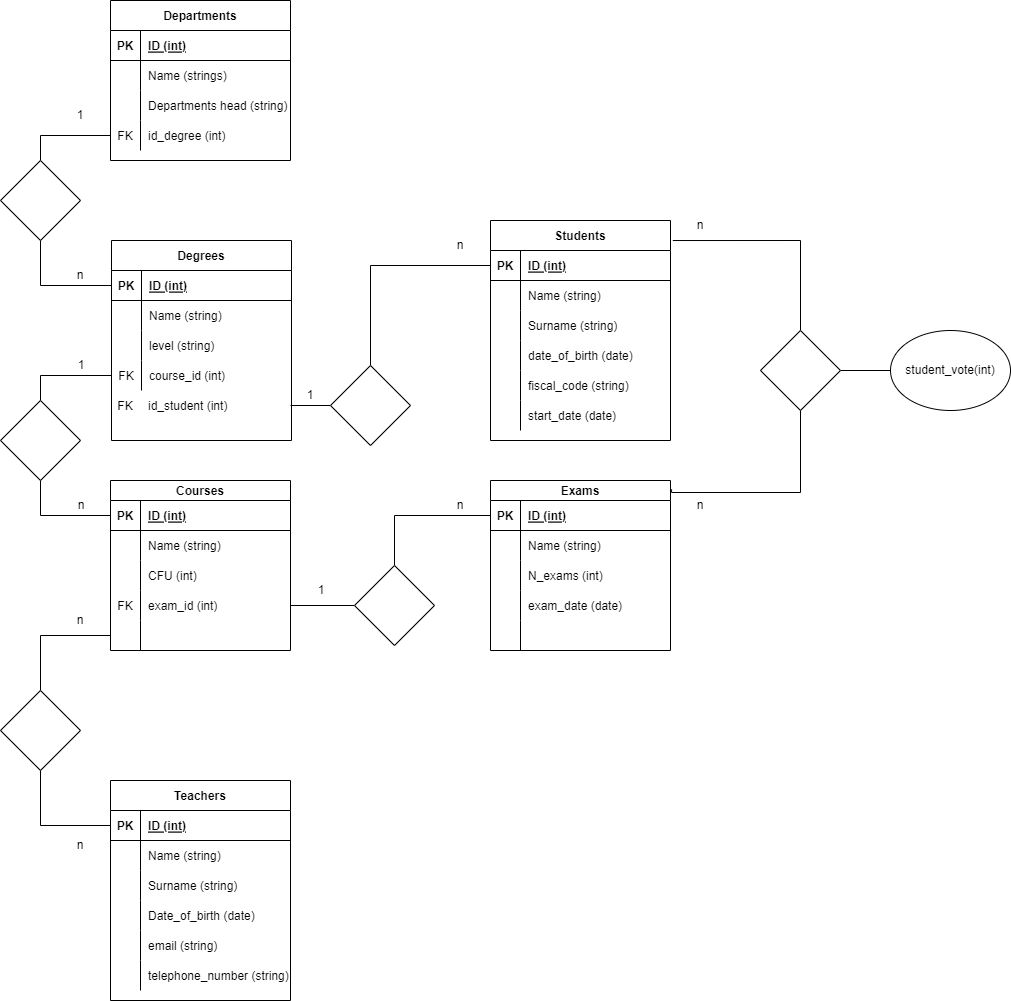
Above: db-university.drawio.png in ErJump/db-university (draw.io), before the change. Source tidied: cells renumbered, new cells last; positions are measured from the earlier drawing's top-left corner, leaving out a move shared by most shapes.
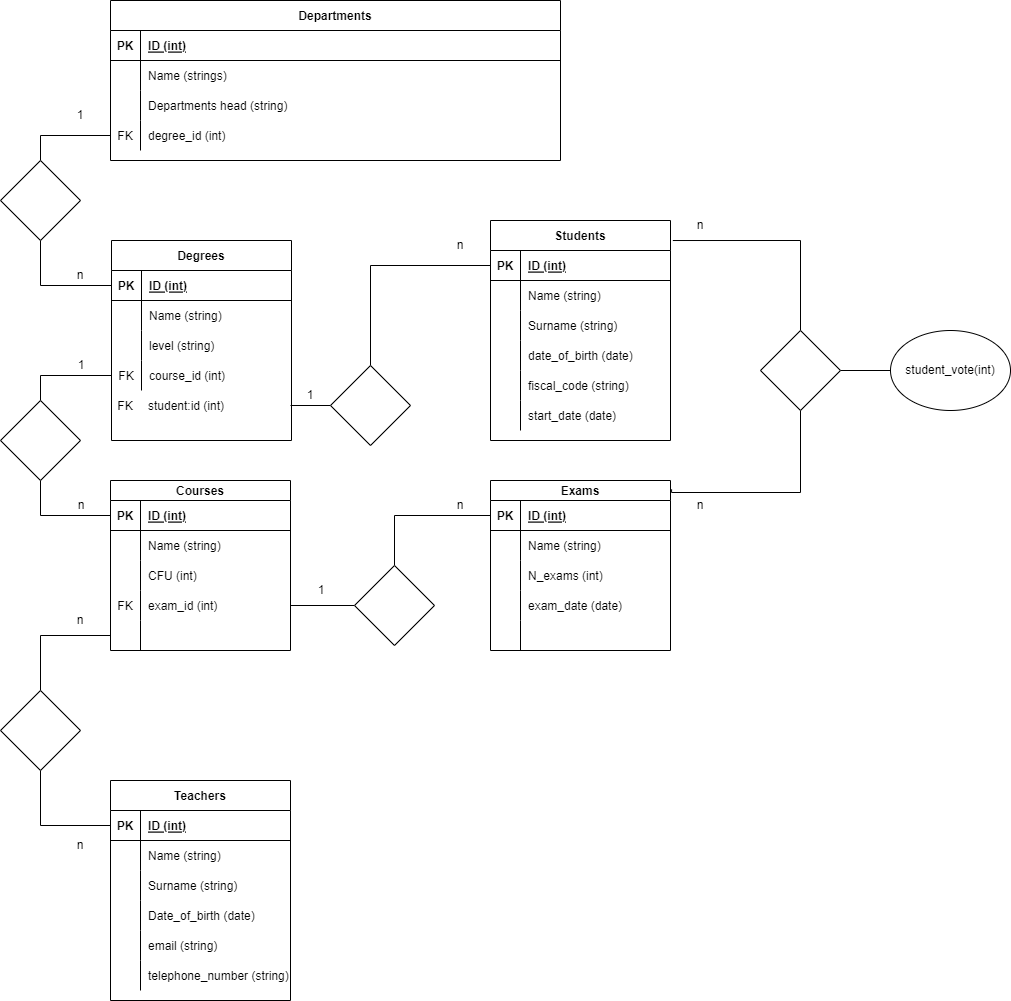
After the change.

Change to the diagram source:
```diff
@@ -3,43 +3,43 @@
     <mxCell id="0" />
     <mxCell id="1" parent="0" />
     <mxCell id="2" value="Departments" style="shape=table;startSize=30;rowLines=0;fontStyle=1;align=center;" parent="1" vertex="1">
-      <mxGeometry x="110" width="180" height="160" as="geometry" />
+      <mxGeometry x="110" width="450" height="160" as="geometry" />
     </mxCell>
     <mxCell id="3" style="shape=tableRow;horizontal=0;startSize=0;swimlaneHead=0;swimlaneBody=0;fillColor=none;top=0;left=0;right=0;bottom=1;" parent="2" vertex="1">
-      <mxGeometry y="30" width="180" height="30" as="geometry" />
+      <mxGeometry y="30" width="450" height="30" as="geometry" />
     </mxCell>
     <mxCell id="4" value="PK" style="shape=partialRectangle;fillColor=none;top=0;left=0;bottom=0;right=0;fontStyle=1;overflow=hidden;" parent="3" vertex="1">
       <mxGeometry width="30" height="30" as="geometry" />
     </mxCell>
     <mxCell id="5" value="ID (int)" style="shape=partialRectangle;fillColor=none;top=0;left=0;bottom=0;right=0;align=left;spacingLeft=6;fontStyle=5;overflow=hidden;" parent="3" vertex="1">
-      <mxGeometry x="30" width="150" height="30" as="geometry" />
+      <mxGeometry x="30" width="420" height="30" as="geometry" />
     </mxCell>
     <mxCell id="6" style="shape=tableRow;horizontal=0;startSize=0;swimlaneHead=0;swimlaneBody=0;fillColor=none;top=0;left=0;right=0;bottom=0;" parent="2" vertex="1">
-      <mxGeometry y="60" width="180" height="30" as="geometry" />
+      <mxGeometry y="60" width="450" height="30" as="geometry" />
     </mxCell>
     <mxCell id="7" style="shape=partialRectangle;fillColor=none;top=0;left=0;bottom=0;right=0;overflow=hidden;" parent="6" vertex="1">
       <mxGeometry width="30" height="30" as="geometry" />
     </mxCell>
     <mxCell id="8" value="Name (strings)" style="shape=partialRectangle;fillColor=none;top=0;left=0;bottom=0;right=0;align=left;spacingLeft=6;overflow=hidden;" parent="6" vertex="1">
-      <mxGeometry x="30" width="150" height="30" as="geometry" />
+      <mxGeometry x="30" width="420" height="30" as="geometry" />
     </mxCell>
     <mxCell id="9" style="shape=tableRow;horizontal=0;startSize=0;swimlaneHead=0;swimlaneBody=0;fillColor=none;top=0;left=0;right=0;bottom=0;" parent="2" vertex="1">
-      <mxGeometry y="90" width="180" height="30" as="geometry" />
+      <mxGeometry y="90" width="450" height="30" as="geometry" />
     </mxCell>
     <mxCell id="10" style="shape=partialRectangle;fillColor=none;top=0;left=0;bottom=0;right=0;overflow=hidden;" parent="9" vertex="1">
       <mxGeometry width="30" height="30" as="geometry" />
     </mxCell>
     <mxCell id="11" value="Departments head (string)" style="shape=partialRectangle;fillColor=none;top=0;left=0;bottom=0;right=0;align=left;spacingLeft=6;overflow=hidden;" parent="9" vertex="1">
-      <mxGeometry x="30" width="150" height="30" as="geometry" />
+      <mxGeometry x="30" width="420" height="30" as="geometry" />
     </mxCell>
     <mxCell id="12" style="shape=tableRow;horizontal=0;startSize=0;swimlaneHead=0;swimlaneBody=0;fillColor=none;points=[[0,0.5],[1,0.5]];portConstraint=eastwest;top=0;left=0;right=0;bottom=0;" parent="2" vertex="1">
-      <mxGeometry y="120" width="180" height="30" as="geometry" />
+      <mxGeometry y="120" width="450" height="30" as="geometry" />
     </mxCell>
     <mxCell id="13" value="FK" style="shape=partialRectangle;fillColor=none;top=0;left=0;bottom=0;right=0;overflow=hidden;" parent="12" vertex="1">
       <mxGeometry width="30" height="30" as="geometry" />
     </mxCell>
-    <mxCell id="14" value="id_degree (int)" style="shape=partialRectangle;fillColor=none;top=0;left=0;bottom=0;right=0;align=left;spacingLeft=6;overflow=hidden;" parent="12" vertex="1">
-      <mxGeometry x="30" width="150" height="30" as="geometry" />
+    <mxCell id="14" value="degree_id (int)" style="shape=partialRectangle;fillColor=none;top=0;left=0;bottom=0;right=0;align=left;spacingLeft=6;overflow=hidden;" parent="12" vertex="1">
+      <mxGeometry x="30" width="420" height="30" as="geometry" />
     </mxCell>
     <mxCell id="15" value="Courses" style="shape=table;startSize=20;rowLines=0;fontStyle=1;align=center;" parent="1" vertex="1">
       <mxGeometry x="110" y="480" width="180" height="170" as="geometry" />
@@ -370,7 +370,7 @@
     <mxCell id="119" value="FK" style="shape=partialRectangle;fillColor=none;top=0;left=0;bottom=0;right=0;overflow=hidden;" parent="118" vertex="1">
       <mxGeometry width="30" height="30" as="geometry" />
     </mxCell>
-    <mxCell id="120" value="id_student (int)" style="shape=partialRectangle;fillColor=none;top=0;left=0;bottom=0;right=0;align=left;spacingLeft=6;overflow=hidden;" parent="118" vertex="1">
+    <mxCell id="120" value="student:id (int)" style="shape=partialRectangle;fillColor=none;top=0;left=0;bottom=0;right=0;align=left;spacingLeft=6;overflow=hidden;" parent="118" vertex="1">
       <mxGeometry x="30" width="150" height="30" as="geometry" />
     </mxCell>
     <mxCell id="121" style="edgeStyle=orthogonalEdgeStyle;rounded=0;jettySize=auto;html=1;entryX=1;entryY=0.5;entryDx=0;entryDy=0;endArrow=none;endFill=0;" parent="1" edge="1" source="123" target="118">
```
